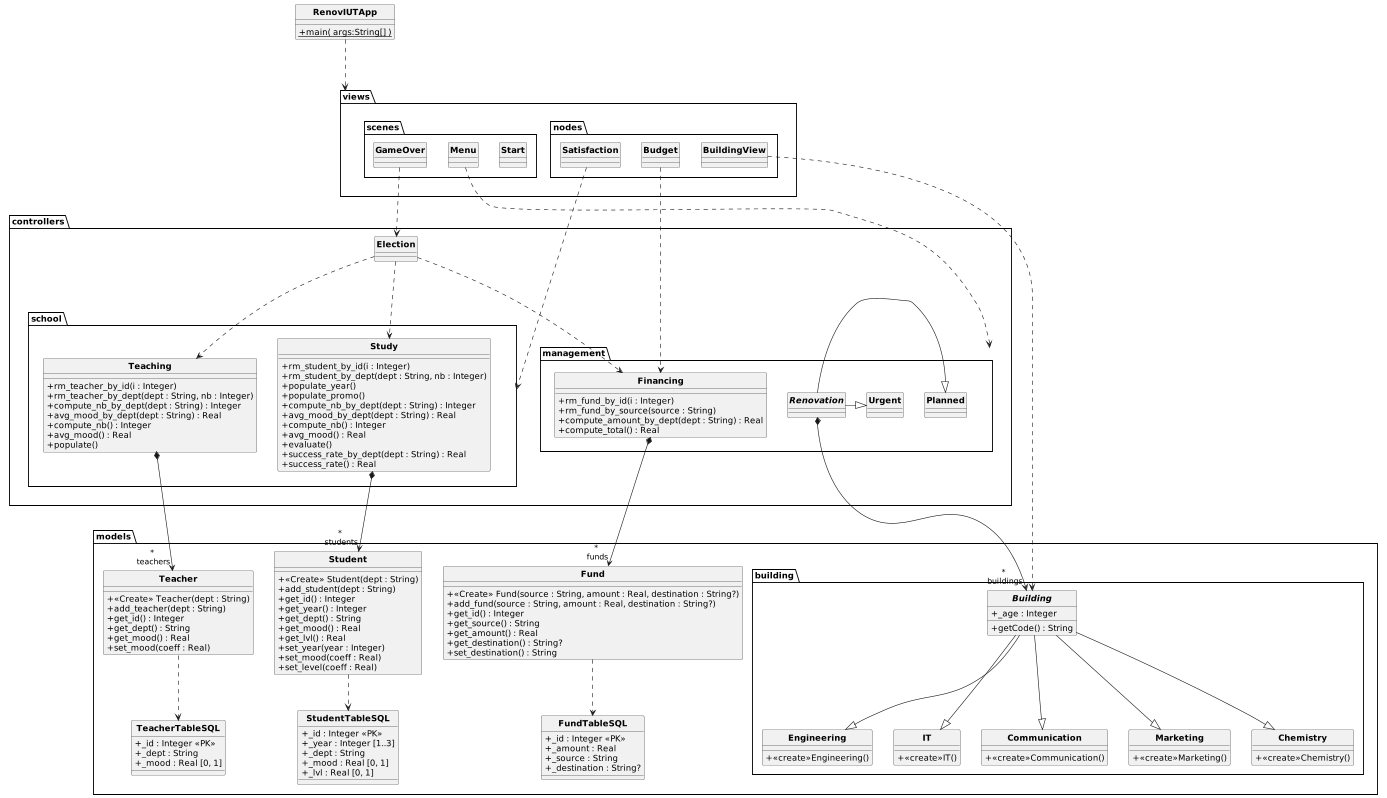
The PlantUML diagram uml/renov-iut.png in MartinFrison/Renov-IUT, before a commit.
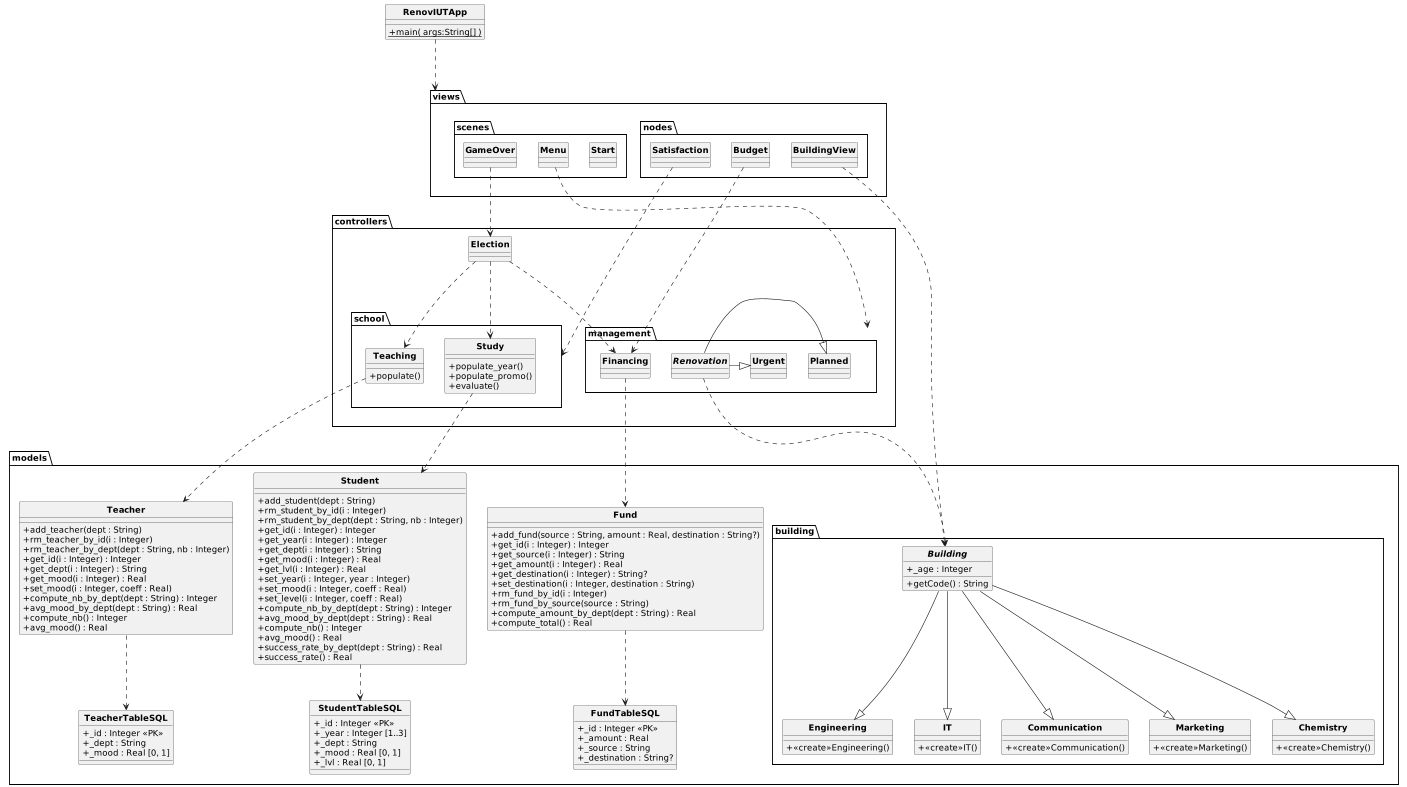
The same file after the commit.

Commit message:
UML : Teacher, Student et Fund statiques, relations corrigées

Diff of the diagram source:
```diff
@@ -48,38 +48,53 @@
 
     class Student
     {
-        + «Create» Student(dept : String)
         + add_student(dept : String)
-        + get_id() : Integer
-        + get_year() : Integer
-        + get_dept() : String
-        + get_mood() : Real
-        + get_lvl() : Real
-        + set_year(year : Integer)
-        + set_mood(coeff : Real)
-        + set_level(coeff : Real)
+        + rm_student_by_id(i : Integer)
+        + rm_student_by_dept(dept : String, nb : Integer)
+        + get_id(i : Integer) : Integer
+        + get_year(i : Integer) : Integer
+        + get_dept(i : Integer) : String
+        + get_mood(i : Integer) : Real
+        + get_lvl(i : Integer) : Real
+        + set_year(i : Integer, year : Integer)
+        + set_mood(i : Integer, coeff : Real)
+        + set_level(i : Integer, coeff : Real)
+        + compute_nb_by_dept(dept : String) : Integer
+        + avg_mood_by_dept(dept : String) : Real
+        + compute_nb() : Integer
+        + avg_mood() : Real
+        + success_rate_by_dept(dept : String) : Real
+        + success_rate() : Real
     }
 
 
     class Teacher
     {
-        + «Create» Teacher(dept : String)
         + add_teacher(dept : String)
-        + get_id() : Integer
-        + get_dept() : String
-        + get_mood() : Real
-        + set_mood(coeff : Real)
+        + rm_teacher_by_id(i : Integer)
+        + rm_teacher_by_dept(dept : String, nb : Integer)
+        + get_id(i : Integer) : Integer
+        + get_dept(i : Integer) : String
+        + get_mood(i : Integer) : Real
+        + set_mood(i : Integer, coeff : Real)
+        + compute_nb_by_dept(dept : String) : Integer
+        + avg_mood_by_dept(dept : String) : Real
+        + compute_nb() : Integer
+        + avg_mood() : Real
     }
 
     class Fund
     {
-        + «Create» Fund(source : String, amount : Real, destination : String?)
         + add_fund(source : String, amount : Real, destination : String?)
-        + get_id() : Integer
-        + get_source() : String
-        + get_amount() : Real
-        + get_destination() : String?
-        + set_destination() : String
+        + get_id(i : Integer) : Integer
+        + get_source(i : Integer) : String
+        + get_amount(i : Integer) : Real
+        + get_destination(i : Integer) : String?
+        + set_destination(i : Integer, destination : String)
+        + rm_fund_by_id(i : Integer)
+        + rm_fund_by_source(source : String)
+        + compute_amount_by_dept(dept : String) : Real
+        + compute_total() : Real
     }
 
     class StudentTableSQL
@@ -111,37 +126,20 @@
     package school {
         class Study
         {
-            + rm_student_by_id(i : Integer)
-            + rm_student_by_dept(dept : String, nb : Integer)
             + populate_year()
             + populate_promo()
-            + compute_nb_by_dept(dept : String) : Integer
-            + avg_mood_by_dept(dept : String) : Real
-            + compute_nb() : Integer
-            + avg_mood() : Real
             + evaluate()
-            + success_rate_by_dept(dept : String) : Real
-            + success_rate() : Real
         }
 
         class Teaching
         {
-            + rm_teacher_by_id(i : Integer)
-            + rm_teacher_by_dept(dept : String, nb : Integer)
-            + compute_nb_by_dept(dept : String) : Integer
-            + avg_mood_by_dept(dept : String) : Real
-            + compute_nb() : Integer
-            + avg_mood() : Real
             + populate()
         }
     }
     package management {
         class Financing
         {
-            + rm_fund_by_id(i : Integer)
-            + rm_fund_by_source(source : String)
-            + compute_amount_by_dept(dept : String) : Real
-            + compute_total() : Real
+
         }
 
         abstract class Renovation {
@@ -192,10 +190,10 @@
 
 RenovIUTApp ...> views
 
-Study *--> "*\n students" Student
-Teaching *--> "*\n teachers" Teacher
-Renovation *---> "*\n buildings" Building
-Financing *--> "*\n funds" Fund
+Study ..> Student
+Teaching ..> Teacher
+Renovation ...> Building
+Financing ..> Fund
 
 Student ..> StudentTableSQL
 Teacher ..> TeacherTableSQL
```
